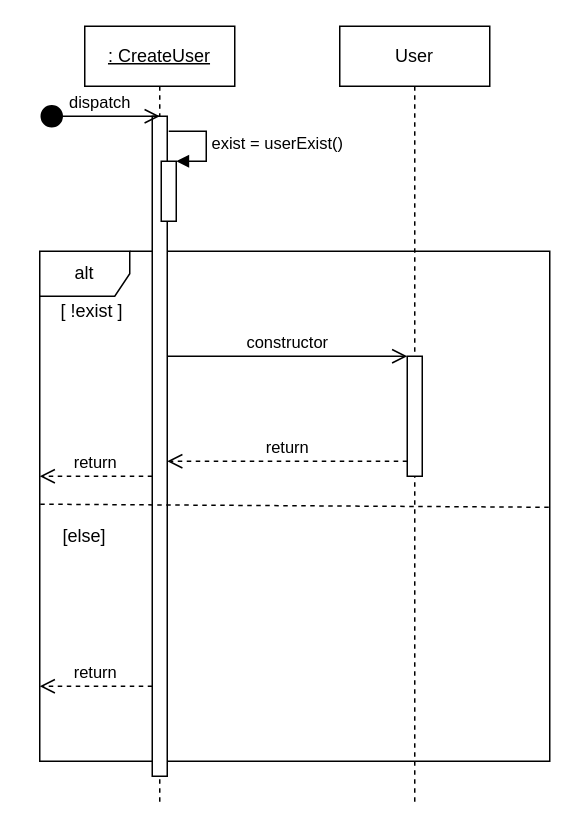
NNepper/LSINF1225-2020-GroupeL1.1-WishList keeps this draw.io diagram as Diagrammes/SequenceDiagrams/createUser.drawio. Above is the earlier version. Source tidied: cells renumbered, new cells numbered last; positions are measured from the earlier drawing's top-left corner, leaving out a move shared by most shapes. Both pictures are drawn from the tidied source at 150%, with x=0, y=0 at pixel (39, 26).
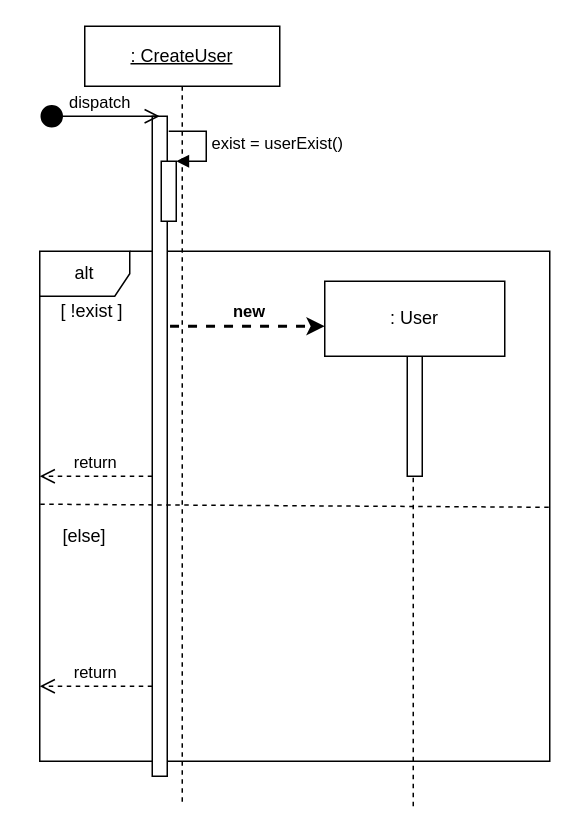
The same diagram, later.

Commit message (it also covers changes not shown here):
Recorrection après explication du prof pour les créations d'objets

The change refers to these unchanged cells:
```xml
<mxCell id="4" style="html=1;points=[];perimeter=orthogonalPerimeter;" parent="3" vertex="1">
  <mxGeometry x="45" y="60" width="10" height="440" as="geometry" />
</mxCell>
<mxCell id="12" style="html=1;points=[];perimeter=orthogonalPerimeter;" parent="1" vertex="1">
  <mxGeometry x="245" y="220" width="10" height="80" as="geometry" />
</mxCell>
```

What changed in the source:
```diff
@@
     <mxCell id="3" value="&lt;u&gt;: CreateUser&lt;/u&gt;" style="shape=umlLifeline;perimeter=lifelinePerimeter;whiteSpace=wrap;html=1;" parent="1" vertex="1">
-      <mxGeometry x="30" width="100" height="520" as="geometry" />
+      <mxGeometry x="30" width="130" height="520" as="geometry" />
     </mxCell>
@@
+    <mxCell id="17" value="&lt;font style=&quot;font-size: 11px&quot;&gt;new&lt;/font&gt;" style="text;html=1;strokeColor=none;fillColor=none;align=center;verticalAlign=middle;whiteSpace=wrap;rounded=0;fontStyle=1;" parent="3" vertex="1">
+      <mxGeometry x="90" y="180" width="40" height="20" as="geometry" />
+    </mxCell>
@@
-    <mxCell id="9" value="User" style="shape=umlLifeline;perimeter=lifelinePerimeter;whiteSpace=wrap;html=1;" parent="1" vertex="1">
-      <mxGeometry x="200" width="100" height="520" as="geometry" />
-    </mxCell>
-    <mxCell id="10" value="constructor" style="html=1;verticalAlign=bottom;endArrow=open;endSize=8;" parent="1" edge="1" source="4" target="12">
-      <mxGeometry relative="1" as="geometry">
-        <Array as="points">
-          <mxPoint x="200" y="220" />
-        </Array>
-      </mxGeometry>
-    </mxCell>
-    <mxCell id="11" value="return" style="html=1;verticalAlign=bottom;endArrow=open;dashed=1;endSize=8;" parent="1" edge="1" source="12" target="4">
-      <mxGeometry relative="1" as="geometry">
-        <Array as="points">
-          <mxPoint x="200" y="290" />
-        </Array>
-      </mxGeometry>
-    </mxCell>
@@
+    <mxCell id="18" style="endArrow=classic;html=1;exitX=1.186;exitY=0.318;exitDx=0;exitDy=0;exitPerimeter=0;verticalAlign=middle;dashed=1;strokeWidth=2;" parent="1" edge="1" source="4">
+      <mxGeometry relative="1" as="geometry">
+        <mxPoint x="190" y="200" as="targetPoint" />
+      </mxGeometry>
+    </mxCell>
+    <mxCell id="19" value=": User" style="rounded=0;whiteSpace=wrap;html=1;" parent="1" vertex="1">
+      <mxGeometry x="190" y="170" width="120" height="50" as="geometry" />
+    </mxCell>
+    <mxCell id="20" style="endArrow=none;dashed=1;html=1;strokeWidth=1;entryX=0.4;entryY=0.992;entryDx=0;entryDy=0;entryPerimeter=0;" parent="1" edge="1" target="12">
+      <mxGeometry relative="1" as="geometry">
+        <mxPoint x="249" y="520" as="sourcePoint" />
+      </mxGeometry>
+    </mxCell>
```
